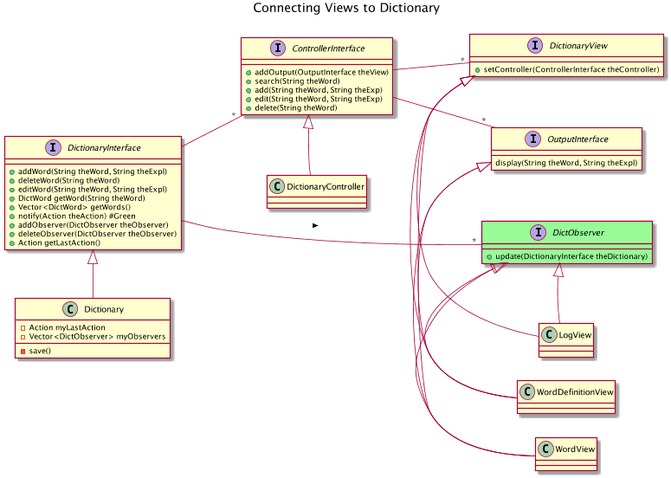
The PlantUML diagram Lectures/FDictionaryClass3.png in bth-dipt-teaching/PA1458-OO-Design, before a commit.
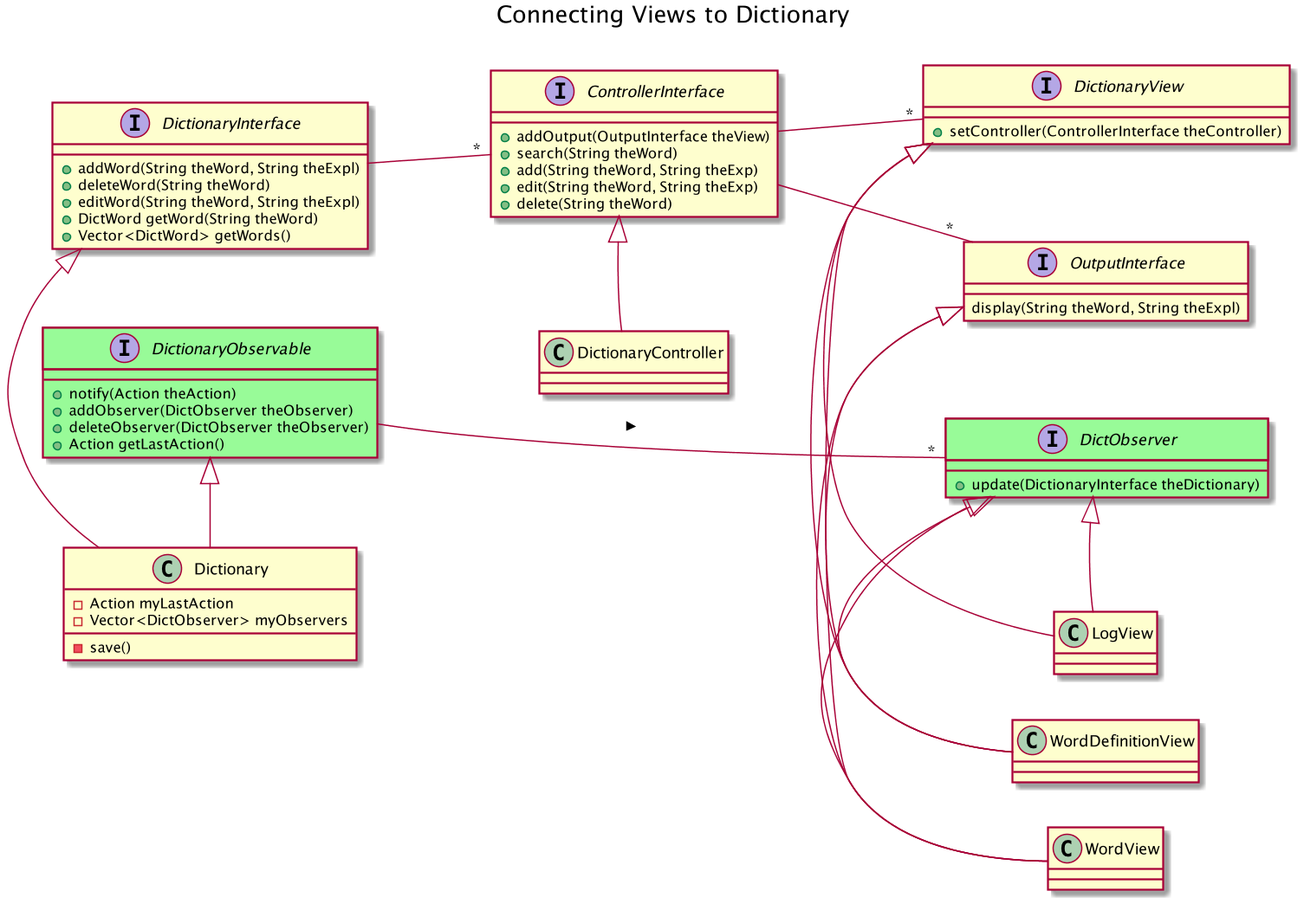
After the change.

The edit, as a diff of the source:
```diff
@@ -1,5 +1,5 @@
 @startuml
-scale max 800*600
+scale 1.5
 left to right direction
 title Connecting Views to Dictionary
 interface DictionaryInterface
@@ -44,13 +44,16 @@
 DictObserver <|- WordDefinitionView
 DictObserver <|- LogView
 
-DictionaryInterface : +notify(Action theAction) #Green
-DictionaryInterface : +addObserver(DictObserver theObserver)
-DictionaryInterface : +deleteObserver(DictObserver theObserver)
-DictionaryInterface : +Action getLastAction()
+interface DictionaryObservable #PaleGreen
+DictionaryObservable : +notify(Action theAction)
+DictionaryObservable : +addObserver(DictObserver theObserver)
+DictionaryObservable : +deleteObserver(DictObserver theObserver)
+DictionaryObservable : +Action getLastAction()
+
+DictionaryObservable <|- Dictionary
 
 Dictionary : -Action myLastAction
 Dictionary : -Vector<DictObserver> myObservers
 
-DictionaryInterface -- "*" DictObserver : >
+DictionaryObservable -- "*" DictObserver : >
 @enduml
```
